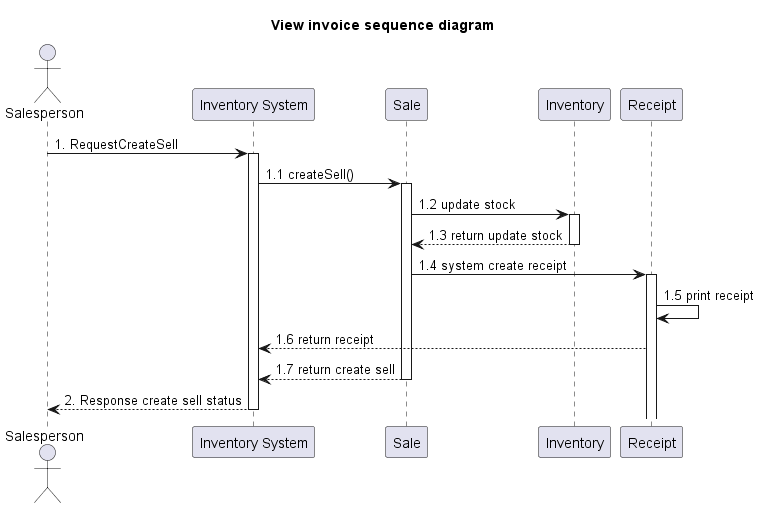
Earlier version of the PlantUML export out/system-analysis/sequence/_6_2_sequence-create-sell/_6_2_sequence-create-sell.png (billowdev/inventory-system-plantuml-sequelize-seeder-example). Source of this version:
```plantuml
@startuml
title View invoice sequence diagram

actor Salesperson as actorSalesperson
participant "Inventory System" as InventorySystem
participant "Sale" as classSell
participant "Inventory" as classInventory
participant "Receipt" as classReceipt

actorSalesperson -> InventorySystem: 1. RequestCreateSell
activate InventorySystem

InventorySystem -> classSell: 1.1 createSell()
activate classSell

classSell -> classInventory: 1.2 update stock
activate classInventory

classInventory --> classSell: 1.3 return update stock
deactivate classInventory



classSell -> classReceipt : 1.4 system create receipt

activate classReceipt
classReceipt -> classReceipt : 1.5 print receipt
classReceipt --> InventorySystem: 1.6 return receipt


classSell --> InventorySystem: 1.7 return create sell
deactivate classSell

InventorySystem --> actorSalesperson : 2. Response create sell status

deactivate InventorySystem




@enduml
```
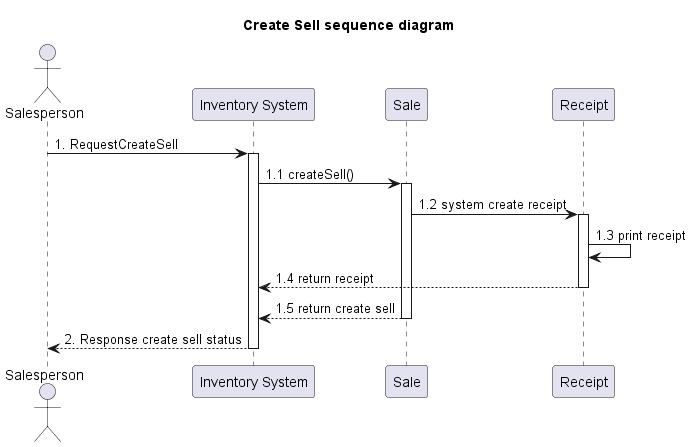
After the commit.

Commit message:
update view invoice

Change to the diagram source:
```diff
@@ -1,11 +1,12 @@
 @startuml
-title View invoice sequence diagram
+title Create Sell sequence diagram
 
 actor Salesperson as actorSalesperson
 participant "Inventory System" as InventorySystem
 participant "Sale" as classSell
-participant "Inventory" as classInventory
+
 participant "Receipt" as classReceipt
+
 
 actorSalesperson -> InventorySystem: 1. RequestCreateSell
 activate InventorySystem
@@ -13,22 +14,16 @@
 InventorySystem -> classSell: 1.1 createSell()
 activate classSell
 
-classSell -> classInventory: 1.2 update stock
-activate classInventory
+classSell -> classReceipt : 1.2 system create receipt
 
-classInventory --> classSell: 1.3 return update stock
-deactivate classInventory
+activate classReceipt
+classReceipt -> classReceipt : 1.3 print receipt
 
 
+classReceipt --> InventorySystem: 1.4 return receipt
+deactivate classReceipt
 
-classSell -> classReceipt : 1.4 system create receipt
-
-activate classReceipt
-classReceipt -> classReceipt : 1.5 print receipt
-classReceipt --> InventorySystem: 1.6 return receipt
-
-
-classSell --> InventorySystem: 1.7 return create sell
+classSell --> InventorySystem: 1.5 return create sell
 deactivate classSell
 
 InventorySystem --> actorSalesperson : 2. Response create sell status
```
